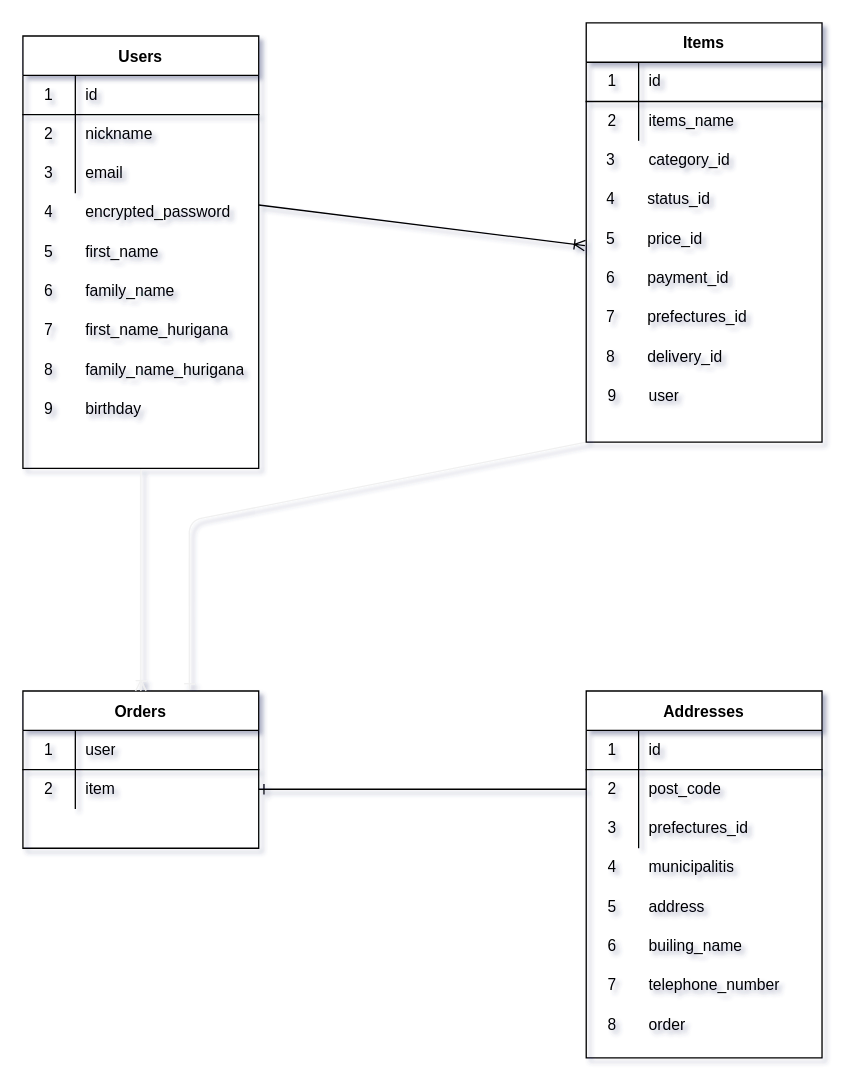
Above: furima-36484.dio in Syota-Hama/furima-36484 (draw.io), before the change. Source tidied: cells renumbered, new cells numbered last; positions are measured from the earlier drawing's top-left corner, leaving out a move shared by most shapes. Both pictures are drawn from the tidied source at 131%, with x=0, y=0 at pixel (22, 22).
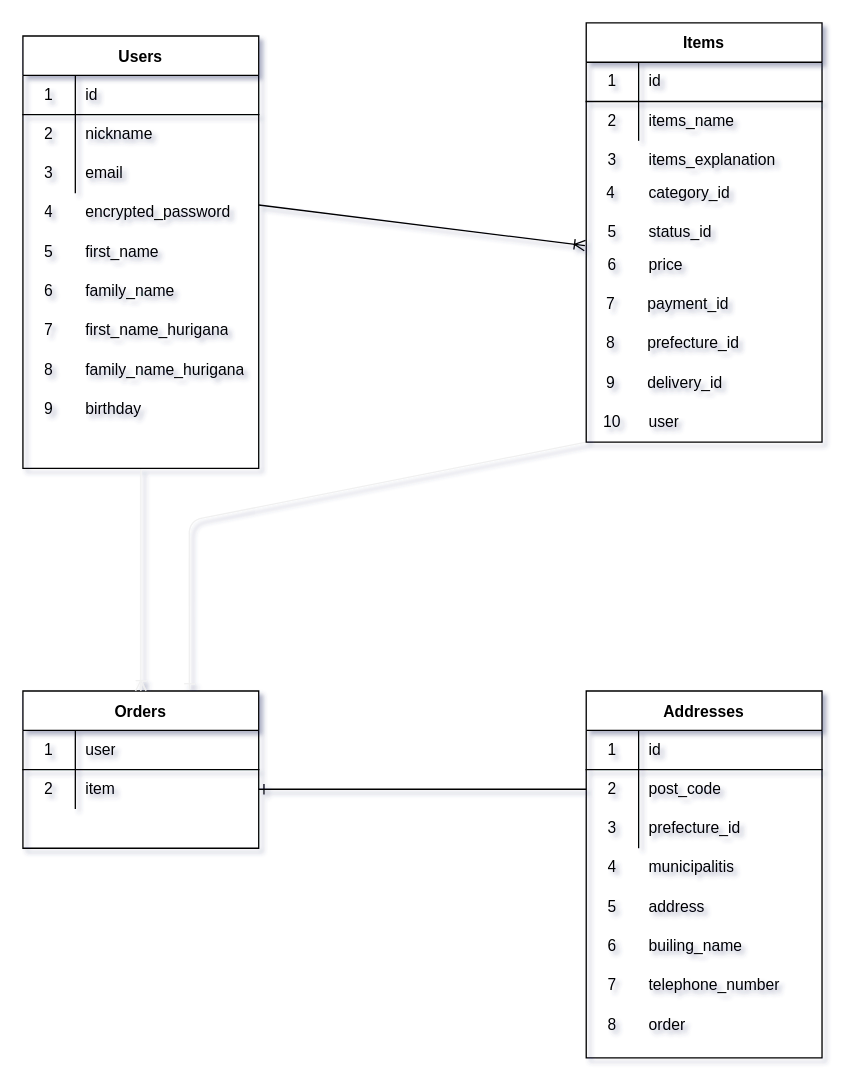
The same diagram, later.

The change refers to these unchanged cells:
```xml
<mxCell id="72" style="shape=partialRectangle;html=1;whiteSpace=wrap;fillColor=none;top=0;left=0;bottom=0;right=0;" parent="1" vertex="1">
  <mxGeometry x="430" y="600" width="180" height="30" as="geometry" />
</mxCell>
```

What changed in the source:
```diff
@@
     <mxCell id="41" style="shape=partialRectangle;html=1;whiteSpace=wrap;fillColor=none;top=0;left=0;bottom=0;right=0;" parent="1" vertex="1">
-      <mxGeometry x="429" y="120" width="180" height="30" as="geometry" />
+      <mxGeometry x="430" y="145" width="180" height="30" as="geometry" />
     </mxCell>
-    <mxCell id="42" value="4" style="shape=partialRectangle;html=1;whiteSpace=wrap;fillColor=none;top=0;left=0;bottom=0;right=0;overflow=hidden;" parent="41" vertex="1">
+    <mxCell id="42" value="5" style="shape=partialRectangle;html=1;whiteSpace=wrap;fillColor=none;top=0;left=0;bottom=0;right=0;overflow=hidden;" parent="41" vertex="1">
       <mxGeometry width="40" height="30" as="geometry" />
     </mxCell>
@@
     <mxCell id="44" style="shape=partialRectangle;html=1;whiteSpace=wrap;fillColor=none;top=0;left=0;bottom=0;right=0;" parent="1" vertex="1">
-      <mxGeometry x="429" y="150" width="180" height="30" as="geometry" />
+      <mxGeometry x="430" y="170" width="180" height="30" as="geometry" />
     </mxCell>
-    <mxCell id="45" value="5" style="shape=partialRectangle;html=1;whiteSpace=wrap;fillColor=none;top=0;left=0;bottom=0;right=0;overflow=hidden;" parent="44" vertex="1">
+    <mxCell id="45" value="6" style="shape=partialRectangle;html=1;whiteSpace=wrap;fillColor=none;top=0;left=0;bottom=0;right=0;overflow=hidden;" parent="44" vertex="1">
       <mxGeometry width="40" height="30" as="geometry" />
     </mxCell>
-    <mxCell id="46" value="price_id" style="shape=partialRectangle;html=1;whiteSpace=wrap;fillColor=none;top=0;left=0;bottom=0;right=0;align=left;spacingLeft=6;overflow=hidden;" parent="44" vertex="1">
+    <mxCell id="46" value="price" style="shape=partialRectangle;html=1;whiteSpace=wrap;fillColor=none;top=0;left=0;bottom=0;right=0;align=left;spacingLeft=6;overflow=hidden;" parent="44" vertex="1">
       <mxGeometry x="40" width="140" height="30" as="geometry" />
     </mxCell>
     <mxCell id="47" style="shape=partialRectangle;html=1;whiteSpace=wrap;fillColor=none;top=0;left=0;bottom=0;right=0;" parent="1" vertex="1">
-      <mxGeometry x="429" y="90" width="180" height="30" as="geometry" />
+      <mxGeometry x="429" y="115" width="180" height="30" as="geometry" />
     </mxCell>
-    <mxCell id="48" value="3" style="shape=partialRectangle;html=1;whiteSpace=wrap;fillColor=none;top=0;left=0;bottom=0;right=0;overflow=hidden;" parent="47" vertex="1">
+    <mxCell id="48" value="4" style="shape=partialRectangle;html=1;whiteSpace=wrap;fillColor=none;top=0;left=0;bottom=0;right=0;overflow=hidden;" parent="47" vertex="1">
       <mxGeometry width="40" height="30" as="geometry" />
     </mxCell>
@@
     <mxCell id="50" style="shape=partialRectangle;html=1;whiteSpace=wrap;fillColor=none;top=0;left=0;bottom=0;right=0;" parent="1" vertex="1">
-      <mxGeometry x="429" y="180" width="180" height="30" as="geometry" />
+      <mxGeometry x="429" y="200" width="180" height="30" as="geometry" />
     </mxCell>
-    <mxCell id="51" value="6" style="shape=partialRectangle;html=1;whiteSpace=wrap;fillColor=none;top=0;left=0;bottom=0;right=0;overflow=hidden;" parent="50" vertex="1">
+    <mxCell id="51" value="7" style="shape=partialRectangle;html=1;whiteSpace=wrap;fillColor=none;top=0;left=0;bottom=0;right=0;overflow=hidden;" parent="50" vertex="1">
       <mxGeometry width="40" height="30" as="geometry" />
     </mxCell>
@@
     <mxCell id="53" style="shape=partialRectangle;html=1;whiteSpace=wrap;fillColor=none;top=0;left=0;bottom=0;right=0;" parent="1" vertex="1">
-      <mxGeometry x="429" y="210" width="180" height="30" as="geometry" />
+      <mxGeometry x="429" y="230" width="180" height="30" as="geometry" />
     </mxCell>
-    <mxCell id="54" value="7" style="shape=partialRectangle;html=1;whiteSpace=wrap;fillColor=none;top=0;left=0;bottom=0;right=0;overflow=hidden;" parent="53" vertex="1">
+    <mxCell id="54" value="8" style="shape=partialRectangle;html=1;whiteSpace=wrap;fillColor=none;top=0;left=0;bottom=0;right=0;overflow=hidden;" parent="53" vertex="1">
       <mxGeometry width="40" height="30" as="geometry" />
     </mxCell>
-    <mxCell id="55" value="&lt;span&gt;prefectures_id&lt;/span&gt;" style="shape=partialRectangle;html=1;whiteSpace=wrap;fillColor=none;top=0;left=0;bottom=0;right=0;align=left;spacingLeft=6;overflow=hidden;" parent="53" vertex="1">
+    <mxCell id="55" value="&lt;span&gt;prefecture_id&lt;/span&gt;" style="shape=partialRectangle;html=1;whiteSpace=wrap;fillColor=none;top=0;left=0;bottom=0;right=0;align=left;spacingLeft=6;overflow=hidden;" parent="53" vertex="1">
       <mxGeometry x="40" width="140" height="30" as="geometry" />
     </mxCell>
     <mxCell id="56" style="shape=partialRectangle;html=1;whiteSpace=wrap;fillColor=none;top=0;left=0;bottom=0;right=0;" parent="1" vertex="1">
-      <mxGeometry x="429" y="240" width="180" height="30" as="geometry" />
+      <mxGeometry x="429" y="260" width="180" height="30" as="geometry" />
     </mxCell>
-    <mxCell id="57" value="8" style="shape=partialRectangle;html=1;whiteSpace=wrap;fillColor=none;top=0;left=0;bottom=0;right=0;overflow=hidden;" parent="56" vertex="1">
+    <mxCell id="57" value="9" style="shape=partialRectangle;html=1;whiteSpace=wrap;fillColor=none;top=0;left=0;bottom=0;right=0;overflow=hidden;" parent="56" vertex="1">
       <mxGeometry width="40" height="30" as="geometry" />
     </mxCell>
@@
     <mxCell id="59" style="shape=partialRectangle;html=1;whiteSpace=wrap;fillColor=none;top=0;left=0;bottom=0;right=0;" parent="1" vertex="1">
-      <mxGeometry x="430" y="270" width="180" height="30" as="geometry" />
+      <mxGeometry x="430" y="290" width="180" height="30" as="geometry" />
     </mxCell>
-    <mxCell id="60" value="9" style="shape=partialRectangle;html=1;whiteSpace=wrap;fillColor=none;top=0;left=0;bottom=0;right=0;overflow=hidden;" parent="59" vertex="1">
+    <mxCell id="60" value="10" style="shape=partialRectangle;html=1;whiteSpace=wrap;fillColor=none;top=0;left=0;bottom=0;right=0;overflow=hidden;" parent="59" vertex="1">
       <mxGeometry width="40" height="30" as="geometry" />
     </mxCell>
@@
-    <mxCell id="74" value="prefectures_id" style="shape=partialRectangle;html=1;whiteSpace=wrap;fillColor=none;top=0;left=0;bottom=0;right=0;align=left;spacingLeft=6;overflow=hidden;" parent="72" vertex="1">
+    <mxCell id="74" value="prefecture_id" style="shape=partialRectangle;html=1;whiteSpace=wrap;fillColor=none;top=0;left=0;bottom=0;right=0;align=left;spacingLeft=6;overflow=hidden;" parent="72" vertex="1">
       <mxGeometry x="40" width="140" height="30" as="geometry" />
     </mxCell>
@@
+    <mxCell id="97" style="shape=partialRectangle;html=1;whiteSpace=wrap;fillColor=none;top=0;left=0;bottom=0;right=0;" parent="1" vertex="1">
+      <mxGeometry x="430" y="90" width="180" height="30" as="geometry" />
+    </mxCell>
+    <mxCell id="98" value="3" style="shape=partialRectangle;html=1;whiteSpace=wrap;fillColor=none;top=0;left=0;bottom=0;right=0;overflow=hidden;" parent="97" vertex="1">
+      <mxGeometry width="40" height="30" as="geometry" />
+    </mxCell>
+    <mxCell id="99" value="items_explanation" style="shape=partialRectangle;html=1;whiteSpace=wrap;fillColor=none;top=0;left=0;bottom=0;right=0;align=left;spacingLeft=6;overflow=hidden;" parent="97" vertex="1">
+      <mxGeometry x="40" width="140" height="30" as="geometry" />
+    </mxCell>
```
